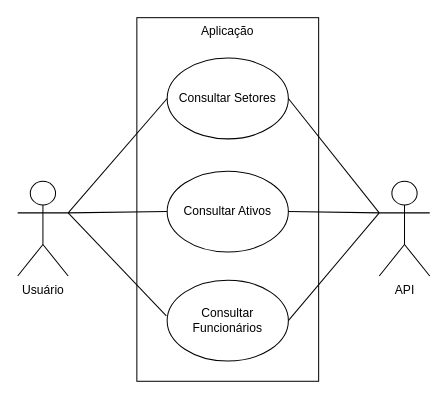
Earlier version of the draw.io diagram page "Diagrama de Caso de Uso" (1 of 4) of Etapa 2 - Modelagem do Sistema/Diagramas.drawio (SIA2602/EMB5637-Projeto-Integrador-II). Source tidied: cells renumbered, new cells numbered last; positions are measured from the earlier drawing's top-left corner, leaving out a move shared by most shapes. Both pictures are drawn from the tidied source at 101%, with x=0, y=0 at pixel (17, 17).
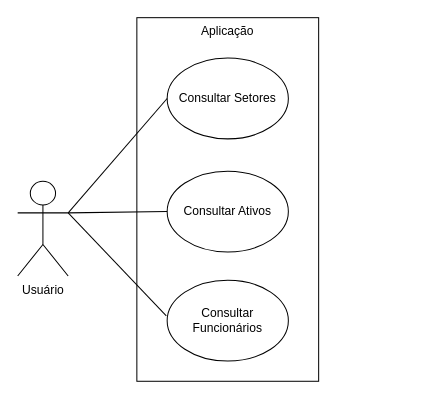
After the change.

The edit, as a diff of the source:
```diff
@@
 <mxGraphModel>
   <root>
     <mxCell id="0" />
     <mxCell id="1" parent="0" />
     <mxCell id="2" value="Usuário" style="shape=umlActor;verticalLabelPosition=bottom;verticalAlign=top;html=1;outlineConnect=0;" parent="1" vertex="1">
       <mxGeometry y="162" width="50" height="93.8" as="geometry" />
     </mxCell>
     <mxCell id="3" value="Aplicação" style="whiteSpace=wrap;html=1;verticalAlign=top;" parent="1" vertex="1">
       <mxGeometry x="118" width="180" height="360" as="geometry" />
     </mxCell>
-    <mxCell id="4" value="API" style="shape=umlActor;verticalLabelPosition=bottom;verticalAlign=top;html=1;outlineConnect=0;" parent="1" vertex="1">
-      <mxGeometry x="358" y="162" width="50" height="93.8" as="geometry" />
-    </mxCell>
     <mxCell id="5" value="Consultar Setores" style="ellipse;whiteSpace=wrap;html=1;" parent="1" vertex="1">
       <mxGeometry x="148" y="40" width="120" height="80" as="geometry" />
     </mxCell>
     <mxCell id="6" value="Consultar Ativos" style="ellipse;whiteSpace=wrap;html=1;" parent="1" vertex="1">
       <mxGeometry x="148" y="152" width="120" height="80" as="geometry" />
     </mxCell>
     <mxCell id="7" value="Consultar Funcionários" style="ellipse;whiteSpace=wrap;html=1;" parent="1" vertex="1">
       <mxGeometry x="148" y="260" width="120" height="80" as="geometry" />
     </mxCell>
     <mxCell id="8" style="endArrow=none;html=1;exitX=1;exitY=0.3333333333333333;exitDx=0;exitDy=0;exitPerimeter=0;entryX=0;entryY=0.5;entryDx=0;entryDy=0;" parent="1" edge="1" source="2" target="5">
       <mxGeometry relative="1" as="geometry" />
     </mxCell>
     <mxCell id="9" style="endArrow=none;html=1;exitX=1;exitY=0.3333333333333333;exitDx=0;exitDy=0;exitPerimeter=0;entryX=-0.007;entryY=0.44;entryDx=0;entryDy=0;entryPerimeter=0;" parent="1" edge="1" source="2" target="7">
       <mxGeometry relative="1" as="geometry" />
     </mxCell>
     <mxCell id="10" style="endArrow=none;html=1;exitX=1;exitY=0.3333333333333333;exitDx=0;exitDy=0;exitPerimeter=0;entryX=0;entryY=0.5;entryDx=0;entryDy=0;" parent="1" edge="1" source="2" target="6">
       <mxGeometry relative="1" as="geometry" />
     </mxCell>
-    <mxCell id="11" style="endArrow=none;html=1;entryX=1;entryY=0.5;entryDx=0;entryDy=0;exitX=0;exitY=0.3333333333333333;exitDx=0;exitDy=0;exitPerimeter=0;" parent="1" edge="1" source="4" target="6">
-      <mxGeometry relative="1" as="geometry" />
-    </mxCell>
-    <mxCell id="12" style="endArrow=none;html=1;exitX=1;exitY=0.5;exitDx=0;exitDy=0;entryX=0;entryY=0.3333333333333333;entryDx=0;entryDy=0;entryPerimeter=0;" parent="1" edge="1" source="7" target="4">
-      <mxGeometry relative="1" as="geometry" />
-    </mxCell>
-    <mxCell id="13" style="endArrow=none;html=1;exitX=1;exitY=0.5;exitDx=0;exitDy=0;entryX=0;entryY=0.3333333333333333;entryDx=0;entryDy=0;entryPerimeter=0;" parent="1" edge="1" source="5" target="4">
-      <mxGeometry relative="1" as="geometry" />
-    </mxCell>
   </root>
 </mxGraphModel>
```
